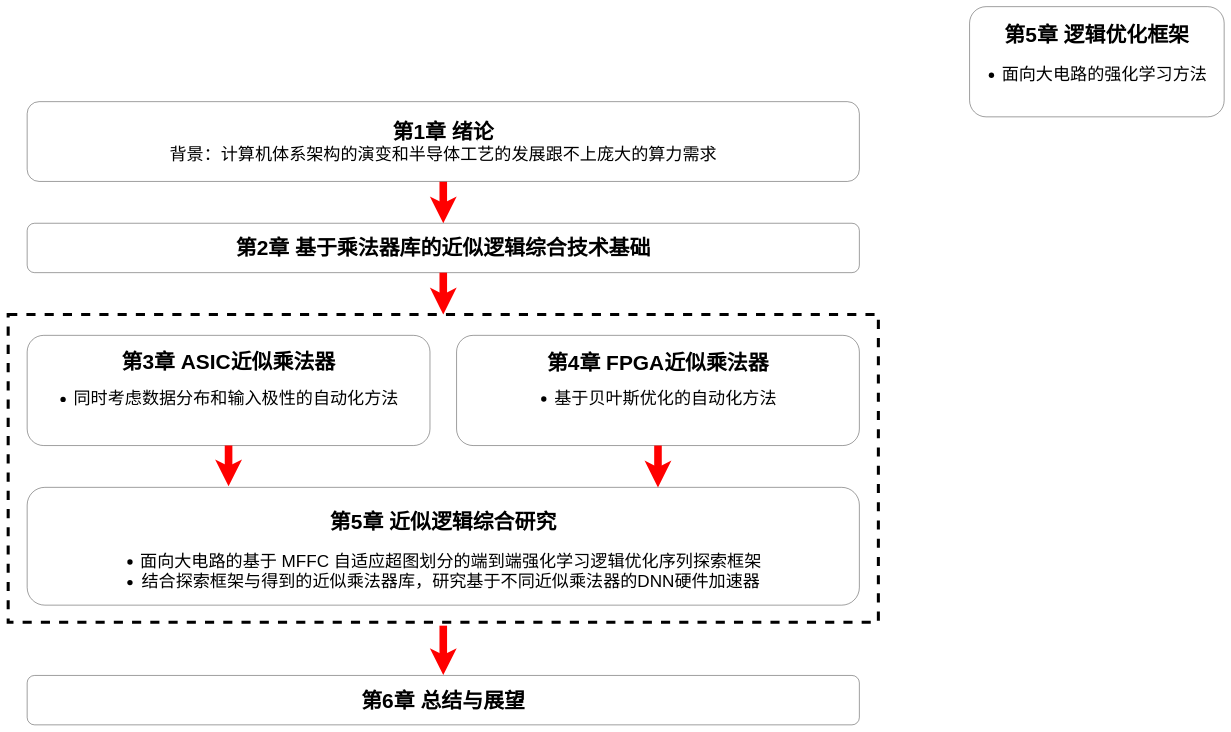
This is page "论文结构" (10 of 10) of figs/figs.drawio from phyzhenli/phc-thesis, a draw.io file, before an edit. Source tidied: cells renumbered, new cells numbered last; positions are measured from the earlier drawing's top-left corner, leaving out a move shared by most shapes. Both pictures are drawn from the tidied source at 38%, with x=0, y=0 at pixel (8, 6).
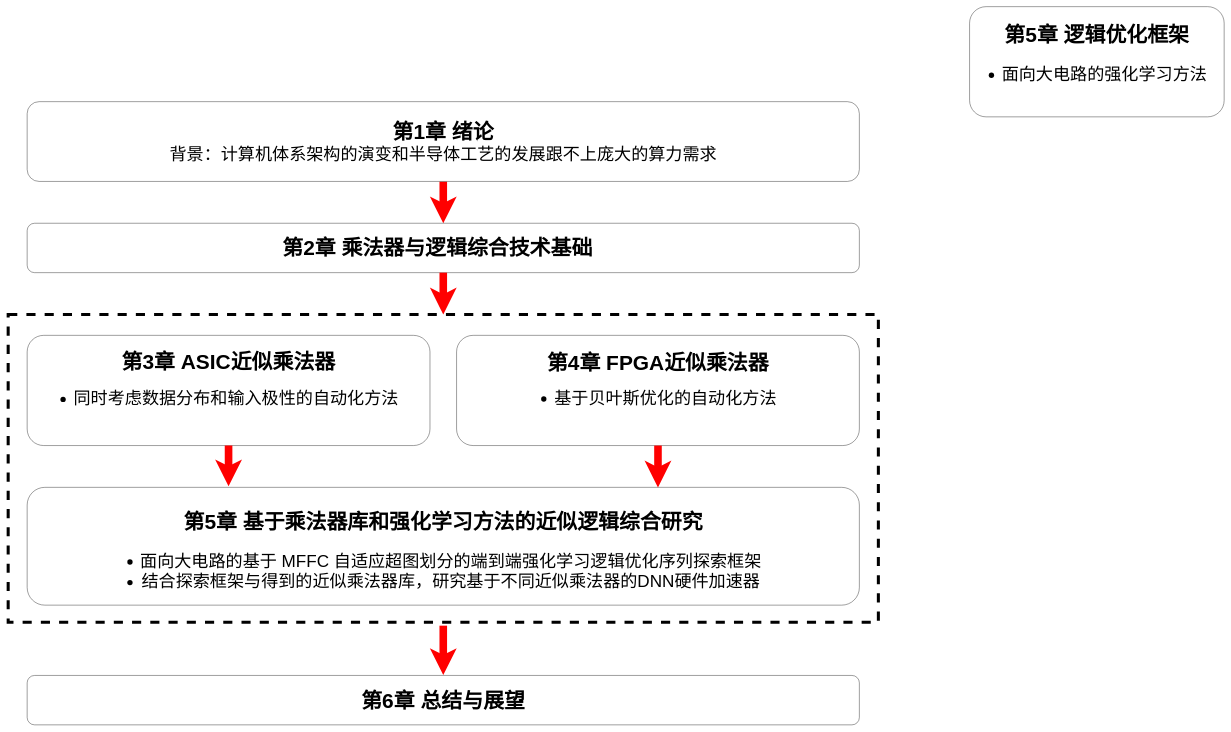
Above is the later version.

What changed in the source:
```diff
@@
 <mxGraphModel>
   <root>
     <mxCell id="0" />
     <mxCell id="1" parent="0" />
     <mxCell id="2" style="edgeStyle=orthogonalEdgeStyle;rounded=0;orthogonalLoop=1;jettySize=auto;html=1;strokeColor=#FF0000;strokeWidth=20;entryX=0.5;entryY=0;entryDx=0;entryDy=0;" parent="1" edge="1">
       <mxGeometry relative="1" as="geometry">
         <mxPoint x="1145" y="1629" as="sourcePoint" />
         <mxPoint x="1145" y="1759" as="targetPoint" />
       </mxGeometry>
     </mxCell>
     <mxCell id="3" style="rounded=0;whiteSpace=wrap;html=1;fillColor=none;dashed=1;strokeWidth=8;" parent="1" vertex="1">
       <mxGeometry y="810" width="2290" height="810" as="geometry" />
     </mxCell>
     <mxCell id="4" style="edgeStyle=orthogonalEdgeStyle;rounded=0;jettySize=auto;html=1;exitX=0.5;exitY=1;exitDx=0;exitDy=0;strokeColor=#FF0000;strokeWidth=20;" parent="1" edge="1" source="5" target="6">
       <mxGeometry relative="1" as="geometry" />
     </mxCell>
     <mxCell id="5" value="&lt;font size=&quot;1&quot; style=&quot;&quot;&gt;&lt;b style=&quot;font-size: 55px;&quot;&gt;第1章 绪论&lt;/b&gt;&lt;/font&gt;&lt;div&gt;&lt;font style=&quot;font-size: 45px;&quot;&gt;背景：计算机体系架构的演变和半导体工艺的发展跟不上庞大的算力需求&lt;/font&gt;&lt;/div&gt;" style="rounded=1;whiteSpace=wrap;html=1;" parent="1" vertex="1">
       <mxGeometry x="50" y="250" width="2190" height="210" as="geometry" />
     </mxCell>
-    <mxCell id="6" value="&lt;b&gt;&lt;font size=&quot;1&quot; style=&quot;&quot;&gt;&lt;span style=&quot;font-size: 55px;&quot;&gt;第2章 &lt;/span&gt;&lt;/font&gt;&lt;span style=&quot;font-size: 55px;&quot;&gt;基于乘法器库的近似逻辑综合技术基础&lt;/span&gt;&lt;/b&gt;" style="rounded=1;whiteSpace=wrap;html=1;" parent="1" vertex="1">
+    <mxCell id="6" value="&lt;b&gt;&lt;font size=&quot;1&quot; style=&quot;&quot;&gt;&lt;span style=&quot;font-size: 55px;&quot;&gt;第2章 &lt;/span&gt;&lt;/font&gt;&lt;span style=&quot;font-size: 55px;&quot;&gt;乘法器与逻辑综合技术基础&amp;nbsp;&amp;nbsp;&lt;/span&gt;&lt;/b&gt;" style="rounded=1;whiteSpace=wrap;html=1;" parent="1" vertex="1">
       <mxGeometry x="50" y="570" width="2190" height="130" as="geometry" />
     </mxCell>
     <mxCell id="7" value="&lt;p style=&quot;line-height: 120%;&quot;&gt;&lt;font size=&quot;1&quot; style=&quot;&quot;&gt;&lt;b style=&quot;font-size: 55px;&quot;&gt;第3章 ASIC近似乘法器&lt;/b&gt;&lt;/font&gt;&lt;/p&gt;&lt;div style=&quot;font-size: 45px; line-height: 120%;&quot;&gt;&lt;ul style=&quot;line-height: 120%;&quot;&gt;&lt;li style=&quot;&quot;&gt;&lt;span style=&quot;background-color: initial;&quot;&gt;同时考虑数据分布和输入极性的自动化方法&lt;/span&gt;&lt;/li&gt;&lt;/ul&gt;&lt;/div&gt;&lt;p&gt;&lt;/p&gt;" style="rounded=1;whiteSpace=wrap;html=1;" parent="1" vertex="1">
       <mxGeometry x="50" y="865" width="1060" height="290" as="geometry" />
     </mxCell>
     <mxCell id="8" value="&lt;p style=&quot;line-height: 120%;&quot;&gt;&lt;font style=&quot;font-size: 54px;&quot;&gt;&lt;b style=&quot;font-size: 55px;&quot;&gt;第4章 FPGA近似乘法器&lt;/b&gt;&lt;/font&gt;&lt;/p&gt;&lt;div style=&quot;font-size: 45px; line-height: 120%;&quot;&gt;&lt;ul style=&quot;line-height: 120%;&quot;&gt;&lt;li style=&quot;&quot;&gt;基于贝叶斯优化的自动化方法&lt;/li&gt;&lt;/ul&gt;&lt;/div&gt;&lt;p&gt;&lt;/p&gt;" style="rounded=1;whiteSpace=wrap;html=1;" parent="1" vertex="1">
       <mxGeometry x="1180" y="865" width="1060" height="290" as="geometry" />
     </mxCell>
     <mxCell id="9" value="&lt;font size=&quot;1&quot; style=&quot;&quot;&gt;&lt;b style=&quot;font-size: 55px;&quot;&gt;第5章 逻辑优化框架&lt;/b&gt;&lt;/font&gt;&lt;div style=&quot;font-size: 45px;&quot;&gt;&lt;ul style=&quot;&quot;&gt;&lt;li style=&quot;&quot;&gt;面向大电路的强化学习方法&lt;/li&gt;&lt;/ul&gt;&lt;/div&gt;" style="rounded=1;whiteSpace=wrap;html=1;" parent="1" vertex="1">
       <mxGeometry x="2530" width="670" height="290" as="geometry" />
     </mxCell>
-    <mxCell id="10" value="&lt;font size=&quot;1&quot; style=&quot;&quot;&gt;&lt;b style=&quot;font-size: 55px;&quot;&gt;&lt;br&gt;第5章 近似逻辑综合研究&lt;/b&gt;&lt;/font&gt;&lt;div style=&quot;font-size: 45px;&quot;&gt;&lt;ul style=&quot;&quot;&gt;&lt;li style=&quot;&quot;&gt;面向大电路的基于 MFFC 自适应超图划分的端到端强化学习逻辑优化序列探索框架&lt;br&gt;&lt;/li&gt;&lt;li style=&quot;font-size: 45px; border-color: var(--border-color);&quot;&gt;结合探索框架与得到的近似乘法器库，研究基于不同近似乘法器的DNN硬件加速器&lt;/li&gt;&lt;/ul&gt;&lt;/div&gt;" style="rounded=1;whiteSpace=wrap;html=1;" parent="1" vertex="1">
+    <mxCell id="10" value="&lt;font size=&quot;1&quot; style=&quot;&quot;&gt;&lt;b style=&quot;font-size: 55px;&quot;&gt;&lt;br&gt;第5章 基于乘法器库和强化学习方法的近似逻辑综合研究&lt;/b&gt;&lt;/font&gt;&lt;div style=&quot;font-size: 45px;&quot;&gt;&lt;ul style=&quot;&quot;&gt;&lt;li style=&quot;&quot;&gt;面向大电路的基于 MFFC 自适应超图划分的端到端强化学习逻辑优化序列探索框架&lt;br&gt;&lt;/li&gt;&lt;li style=&quot;font-size: 45px; border-color: var(--border-color);&quot;&gt;结合探索框架与得到的近似乘法器库，研究基于不同近似乘法器的DNN硬件加速器&lt;/li&gt;&lt;/ul&gt;&lt;/div&gt;" style="rounded=1;whiteSpace=wrap;html=1;" parent="1" vertex="1">
       <mxGeometry x="50" y="1265" width="2190" height="310" as="geometry" />
     </mxCell>
     <mxCell id="11" style="edgeStyle=orthogonalEdgeStyle;rounded=0;jettySize=auto;html=1;exitX=0.5;exitY=1;exitDx=0;exitDy=0;strokeColor=#FF0000;strokeWidth=20;entryX=0.5;entryY=0;entryDx=0;entryDy=0;" parent="1" edge="1" source="6" target="3">
       <mxGeometry relative="1" as="geometry" />
     </mxCell>
     <mxCell id="12" style="edgeStyle=orthogonalEdgeStyle;rounded=0;jettySize=auto;html=1;exitX=0.5;exitY=1;exitDx=0;exitDy=0;strokeColor=#FF0000;strokeWidth=20;entryX=0.242;entryY=-0.009;entryDx=0;entryDy=0;entryPerimeter=0;" parent="1" edge="1" source="7" target="10">
       <mxGeometry relative="1" as="geometry" />
     </mxCell>
     <mxCell id="13" value="&lt;font size=&quot;1&quot; style=&quot;&quot;&gt;&lt;b style=&quot;font-size: 55px;&quot;&gt;第6章 &lt;/b&gt;&lt;/font&gt;&lt;span style=&quot;font-size: 55px;&quot;&gt;&lt;b&gt;总结与展望&lt;/b&gt;&lt;/span&gt;" style="rounded=1;whiteSpace=wrap;html=1;" parent="1" vertex="1">
       <mxGeometry x="50" y="1760" width="2190" height="130" as="geometry" />
     </mxCell>
     <mxCell id="14" style="edgeStyle=orthogonalEdgeStyle;rounded=0;jettySize=auto;html=1;strokeColor=#FF0000;strokeWidth=20;entryX=0.758;entryY=0.001;entryDx=0;entryDy=0;entryPerimeter=0;" parent="1" edge="1" source="8" target="10">
       <mxGeometry relative="1" as="geometry" />
     </mxCell>
   </root>
 </mxGraphModel>
```
